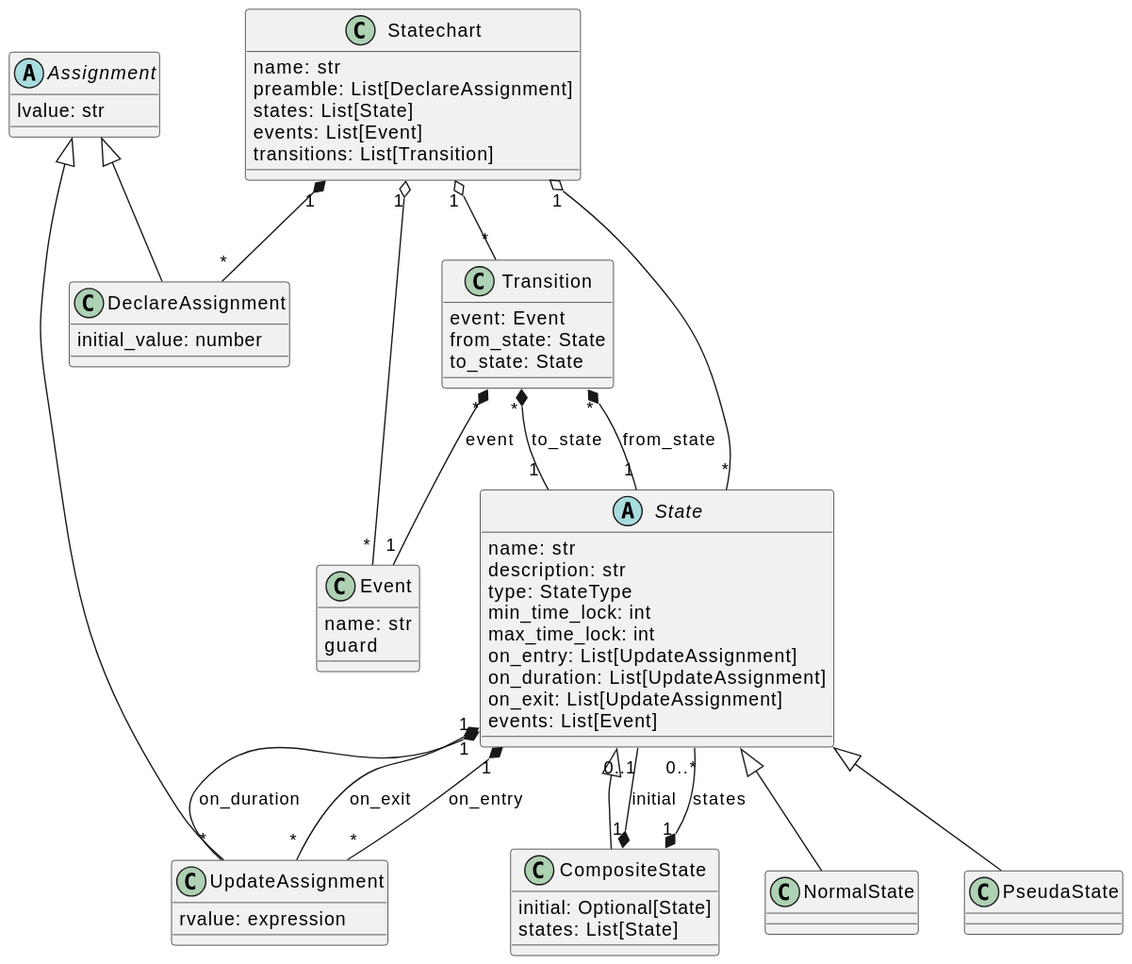
HansBug/pyfcstm keeps this PlantUML diagram as main/_images/meta.puml.svg. Above is the earlier version.
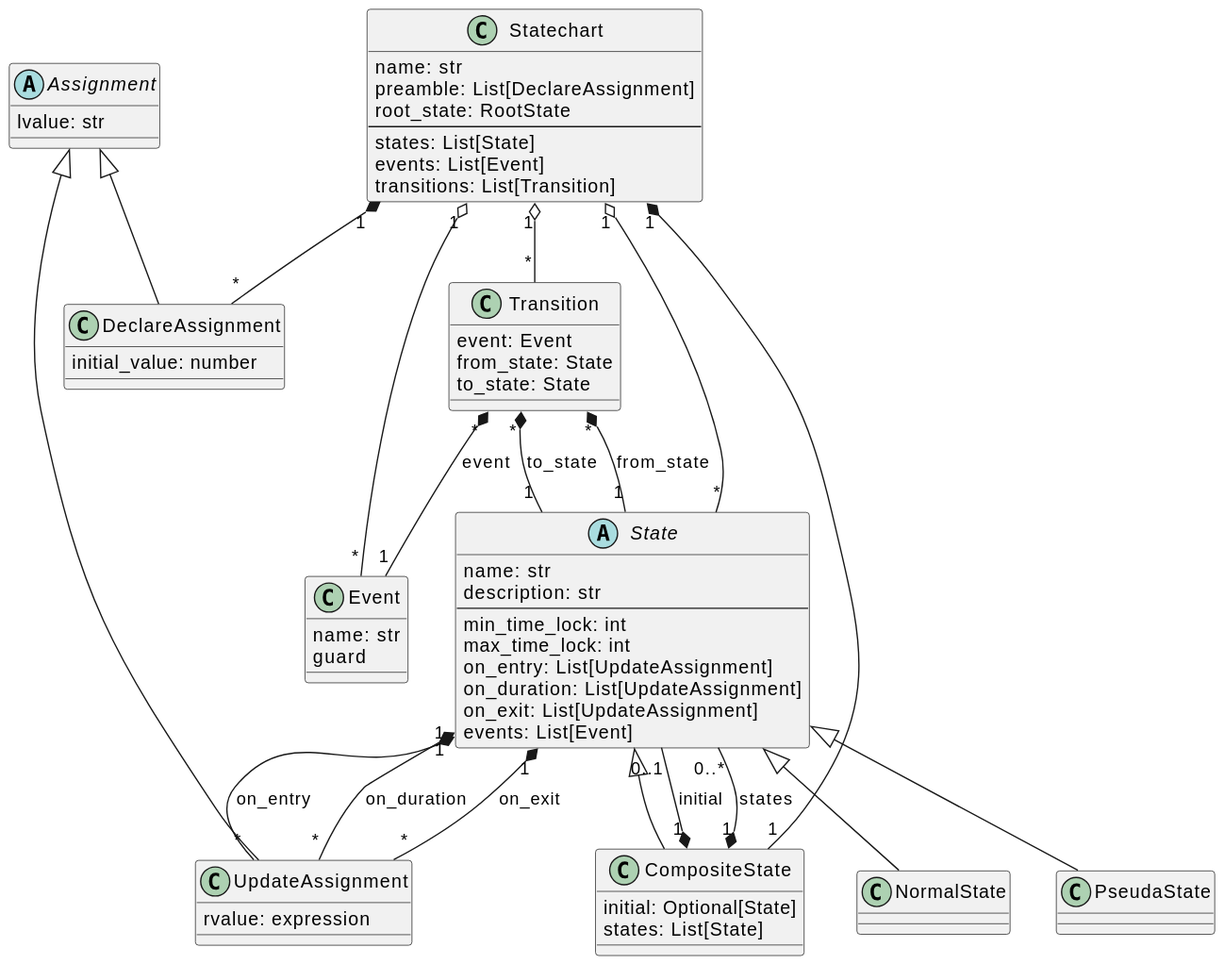
After the change.

Diff of the diagram source:
```diff
@@ -2,7 +2,7 @@
 abstract class State {
     name: str
     description: str
-    type: StateType
+    ---
     min_time_lock: int
     max_time_lock: int
     on_entry: List[UpdateAssignment]
@@ -53,12 +53,15 @@
 class Statechart {
     name: str
     preamble: List[DeclareAssignment]
+    root_state: RootState
+    ---
     states: List[State]
     events: List[Event]
     transitions: List[Transition]
 }
 
 Statechart "1" *-- "*" DeclareAssignment
+Statechart "1" *-- "1" CompositeState
 Statechart "1" o-- "*" State
 Statechart "1" o-- "*" Event
 Statechart "1" o-- "*" Transition
```
